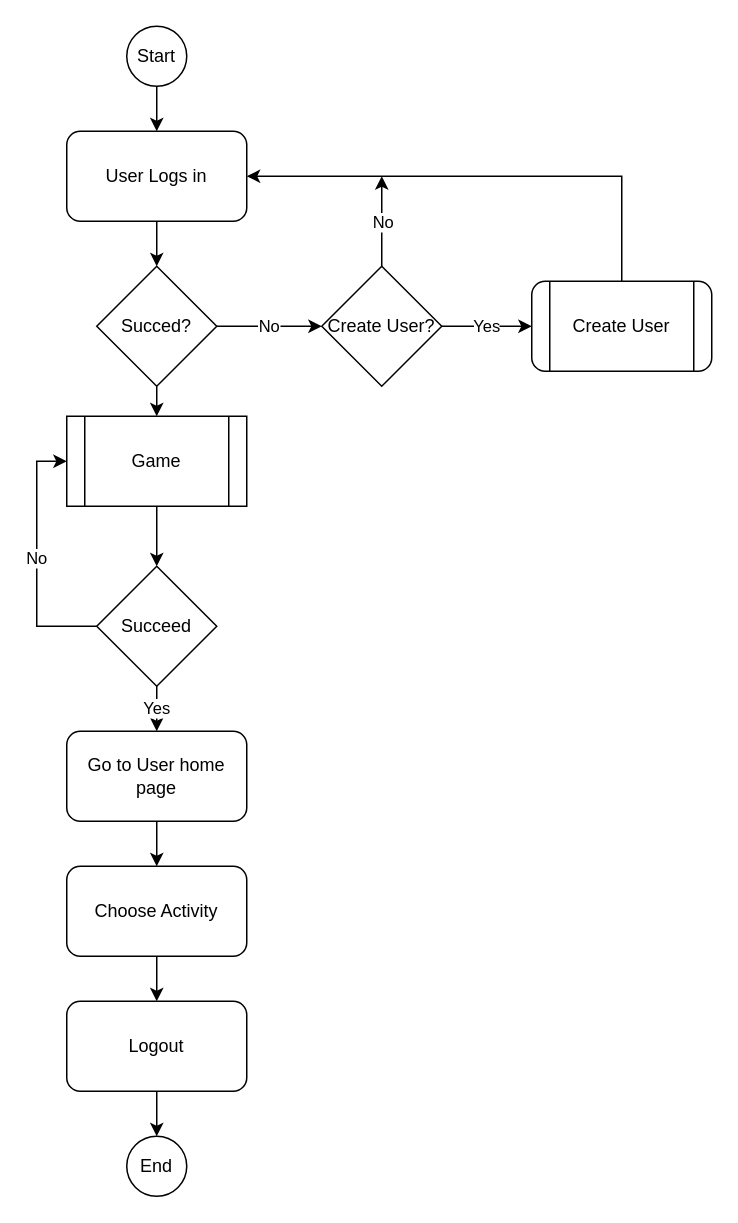
This is page "Main Flow" (1 of 3) of diagram.drawio from JeffCompasClassrooms/cs2450-youface-fall2025-legionaries, a draw.io file, before an edit. Source tidied: cells renumbered, new cells numbered last; positions are measured from the earlier drawing's top-left corner, leaving out a move shared by most shapes. Both pictures are drawn from the tidied source at 150%, with x=0, y=0 at pixel (66, 26).
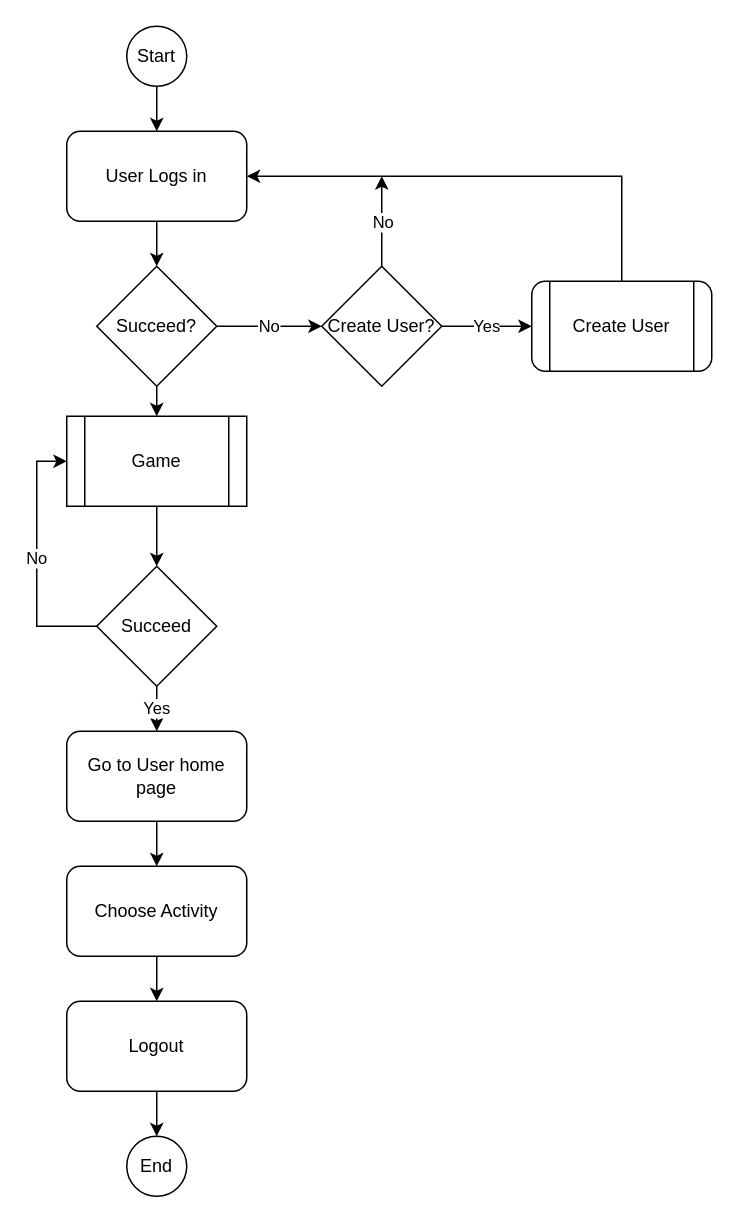
The same page after the edit.

The edit, as a diff of the source:
```diff
@@
-    <mxCell id="9" value="Succed?" style="rhombus;whiteSpace=wrap;html=1;" parent="1" vertex="1">
+    <mxCell id="9" value="Succeed?" style="rhombus;whiteSpace=wrap;html=1;" parent="1" vertex="1">
       <mxGeometry x="20" y="160" width="80" height="80" as="geometry" />
     </mxCell>
```
